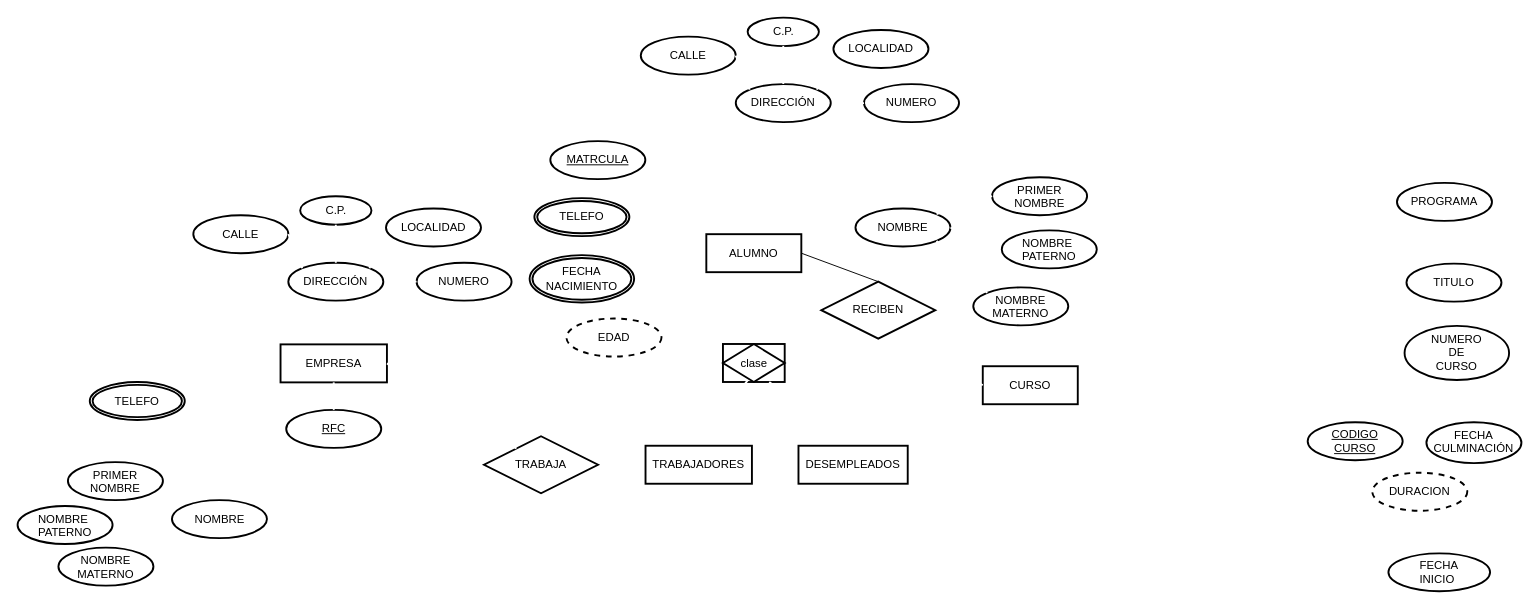
Ivorguzman/Curso_UNAM_fundamentos_BD keeps this draw.io diagram as 02_modelo_ER/Proyecto3/03_Ejercicio_Academia de clases.drawio. Above is the earlier version. Source tidied: cells renumbered, new cells numbered last; positions are measured from the earlier drawing's top-left corner, leaving out a move shared by most shapes. Both pictures are drawn from the tidied source at 95%, with x=0, y=0 at pixel (17, 17).
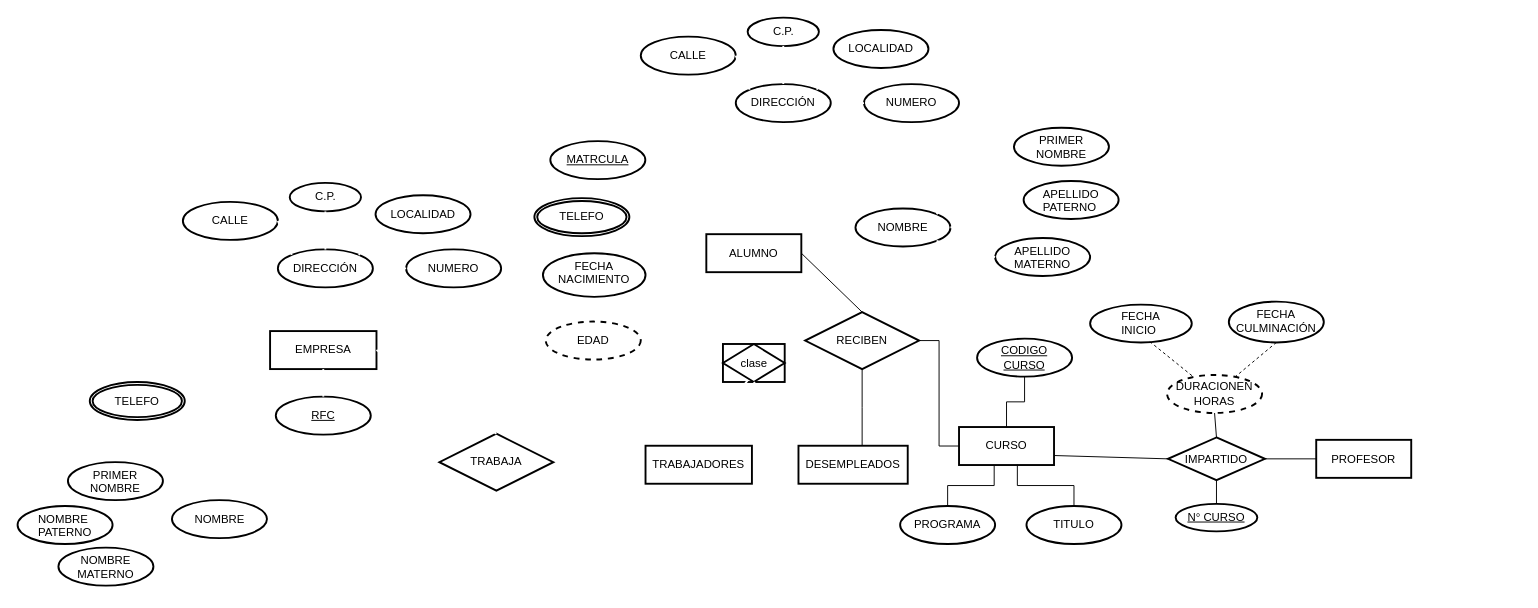
The same diagram, later.

The change refers to these unchanged cells:
```xml
<mxCell id="13" value="&lt;font color=&quot;#000000&quot;&gt;clase&lt;br&gt;&lt;/font&gt;" style="shape=associativeEntity;whiteSpace=wrap;html=1;align=center;strokeColor=#000000;strokeWidth=2;fillColor=#FFFFFF;" parent="1" vertex="1">
  <mxGeometry x="742.5" y="343.6" width="65" height="40" as="geometry" />
</mxCell>
<mxCell id="24" value="&lt;font color=&quot;#000000&quot;&gt;ALUMNO&lt;/font&gt;" style="whiteSpace=wrap;html=1;align=center;fillColor=#FFFFFF;strokeWidth=2;strokeColor=#000000;" parent="1" vertex="1">
  <mxGeometry x="725" y="228" width="100" height="40" as="geometry" />
</mxCell>
<mxCell id="41" value="&lt;font color=&quot;#000000&quot;&gt;DIRECCIÓN&lt;/font&gt;" style="ellipse;whiteSpace=wrap;html=1;align=center;strokeColor=#000000;strokeWidth=2;fillColor=#FFFFFF;" parent="38" vertex="1">
  <mxGeometry x="100" y="70" width="100" height="40" as="geometry" />
</mxCell>
<mxCell id="53" value="&lt;font color=&quot;#000000&quot;&gt;EMPRESA&lt;/font&gt;" style="whiteSpace=wrap;html=1;align=center;fillColor=#FFFFFF;strokeWidth=2;strokeColor=#000000;" parent="50" vertex="1">
  <mxGeometry x="91.8" y="156" width="112" height="40" as="geometry" />
</mxCell>
<mxCell id="79" value="&lt;font color=&quot;#000000&quot;&gt;DESEMPLEADOS&lt;/font&gt;" style="whiteSpace=wrap;html=1;align=center;fillColor=#FFFFFF;strokeWidth=2;strokeColor=#000000;" parent="1" vertex="1">
  <mxGeometry x="822" y="450.7" width="115" height="40" as="geometry" />
</mxCell>
```

Change to the diagram source:
```diff
@@
-    <mxCell id="3" style="edgeStyle=none;jettySize=auto;html=1;exitX=0.75;exitY=0;exitDx=0;exitDy=0;entryX=0.5;entryY=1;entryDx=0;entryDy=0;endArrow=none;fontSize=12;strokeWidth=2;fillColor=#FFFFFF;strokeColor=#FFFFFF;" parent="1" edge="1" source="24" target="41">
+    <mxCell id="3" style="edgeStyle=none;jettySize=auto;html=1;exitX=0.5;exitY=0;exitDx=0;exitDy=0;entryX=0.5;entryY=1;entryDx=0;entryDy=0;endArrow=none;fontSize=12;strokeWidth=2;fillColor=#FFFFFF;strokeColor=#FFFFFF;" parent="1" edge="1" source="24" target="41">
       <mxGeometry relative="1" as="geometry" />
     </mxCell>
@@
-    <mxCell id="12" style="edgeStyle=none;rounded=0;jettySize=auto;html=1;exitX=1;exitY=0.5;exitDx=0;exitDy=0;entryX=0;entryY=1;entryDx=0;entryDy=0;endArrow=none;endFill=0;strokeColor=#FFFFFF;strokeWidth=2;fontColor=#000000;" parent="1" edge="1" source="71" target="24">
+    <mxCell id="12" style="edgeStyle=none;rounded=0;jettySize=auto;html=1;entryX=0;entryY=1;entryDx=0;entryDy=0;endArrow=none;endFill=0;strokeColor=#FFFFFF;strokeWidth=2;fontColor=#000000;exitX=1;exitY=0.5;exitDx=0;exitDy=0;" parent="1" edge="1" source="71" target="24">
       <mxGeometry relative="1" as="geometry" />
     </mxCell>
@@
     <mxCell id="19" value="&lt;font color=&quot;#000000&quot;&gt;CURSO&lt;/font&gt;" style="whiteSpace=wrap;html=1;align=center;fillColor=#FFFFFF;strokeWidth=2;strokeColor=#000000;" parent="1" vertex="1">
-      <mxGeometry x="1016" y="367" width="100" height="40" as="geometry" />
+      <mxGeometry x="991" y="431" width="100" height="40" as="geometry" />
     </mxCell>
+    <mxCell id="80" style="edgeStyle=orthogonalEdgeStyle;rounded=0;jettySize=auto;html=1;exitX=0.5;exitY=0;exitDx=0;exitDy=0;endArrow=none;endFill=0;entryX=0.37;entryY=1.025;entryDx=0;entryDy=0;entryPerimeter=0;" parent="1" edge="1" source="20" target="19">
+      <mxGeometry relative="1" as="geometry" />
+    </mxCell>
     <mxCell id="20" value="&lt;div style=&quot;text-align: justify&quot;&gt;&lt;span style=&quot;color: rgb(0 , 0 , 0)&quot;&gt;PROGRAMA&lt;/span&gt;&lt;/div&gt;" style="ellipse;whiteSpace=wrap;html=1;align=center;strokeColor=#000000;strokeWidth=2;fillColor=#FFFFFF;verticalAlign=middle;" parent="1" vertex="1">
-      <mxGeometry x="1452" y="174" width="100" height="40" as="geometry" />
+      <mxGeometry x="929" y="514.2" width="100" height="40" as="geometry" />
     </mxCell>
+    <mxCell id="81" style="edgeStyle=orthogonalEdgeStyle;rounded=0;jettySize=auto;html=1;exitX=0.5;exitY=0;exitDx=0;exitDy=0;endArrow=none;endFill=0;entryX=0.614;entryY=0.991;entryDx=0;entryDy=0;entryPerimeter=0;" parent="1" edge="1" source="21" target="19">
+      <mxGeometry relative="1" as="geometry" />
+    </mxCell>
     <mxCell id="21" value="&lt;div style=&quot;text-align: justify&quot;&gt;&lt;span style=&quot;color: rgb(0 , 0 , 0)&quot;&gt;TITULO&lt;/span&gt;&lt;/div&gt;" style="ellipse;whiteSpace=wrap;html=1;align=center;strokeColor=#000000;strokeWidth=2;fillColor=#FFFFFF;verticalAlign=middle;" parent="1" vertex="1">
-      <mxGeometry x="1462" y="259" width="100" height="40" as="geometry" />
+      <mxGeometry x="1062" y="514.2" width="100" height="40" as="geometry" />
     </mxCell>
-    <mxCell id="22" value="&lt;div style=&quot;text-align: justify&quot;&gt;&lt;span style=&quot;color: rgb(0 , 0 , 0)&quot;&gt;FECHA&lt;/span&gt;&lt;/div&gt;&lt;div style=&quot;text-align: justify&quot;&gt;&lt;span style=&quot;color: rgb(0 , 0 , 0)&quot;&gt;INICIO&lt;/span&gt;&lt;/div&gt;" style="ellipse;whiteSpace=wrap;html=1;align=center;strokeColor=#000000;strokeWidth=2;fillColor=#FFFFFF;verticalAlign=middle;" parent="1" vertex="1">
-      <mxGeometry x="1443" y="564" width="107" height="39.8" as="geometry" />
-    </mxCell>
-    <mxCell id="23" value="&lt;div&gt;&lt;span style=&quot;color: rgb(0 , 0 , 0)&quot;&gt;NUMERO&lt;/span&gt;&lt;/div&gt;&lt;div&gt;&lt;span style=&quot;color: rgb(0 , 0 , 0)&quot;&gt;DE&lt;/span&gt;&lt;/div&gt;&lt;div&gt;&lt;span style=&quot;color: rgb(0 , 0 , 0)&quot;&gt;CURSO&lt;/span&gt;&lt;/div&gt;" style="ellipse;whiteSpace=wrap;html=1;align=center;strokeColor=#000000;strokeWidth=2;fillColor=#FFFFFF;verticalAlign=middle;" parent="1" vertex="1">
-      <mxGeometry x="1460" y="324.5" width="110" height="57" as="geometry" />
-    </mxCell>
+    <mxCell id="82" style="edgeStyle=none;rounded=0;jettySize=auto;html=1;exitX=0.5;exitY=0;exitDx=0;exitDy=0;entryX=0.5;entryY=1;entryDx=0;entryDy=0;endArrow=none;endFill=0;" parent="1" edge="1" source="90" target="88">
+      <mxGeometry relative="1" as="geometry" />
+    </mxCell>
@@
     <mxCell id="26" value="TRABAJA" style="shape=rhombus;perimeter=rhombusPerimeter;whiteSpace=wrap;html=1;align=center;strokeColor=#000000;strokeWidth=2;fillColor=#FFFFFF;fontColor=#000000;" parent="1" vertex="1">
-      <mxGeometry x="491" y="440.7" width="120" height="60" as="geometry" />
+      <mxGeometry x="444" y="438" width="120" height="60" as="geometry" />
     </mxCell>
+    <mxCell id="28" style="rounded=0;jettySize=auto;html=1;exitX=0.5;exitY=0;exitDx=0;exitDy=0;entryX=1;entryY=0.5;entryDx=0;entryDy=0;endArrow=none;endFill=0;" parent="1" edge="1" source="29" target="24">
+      <mxGeometry relative="1" as="geometry" />
+    </mxCell>
-    <mxCell id="27" style="edgeStyle=none;rounded=0;jettySize=auto;html=1;exitX=0.5;exitY=1;exitDx=0;exitDy=0;entryX=0;entryY=0.5;entryDx=0;entryDy=0;endArrow=none;endFill=0;strokeColor=#FFFFFF;strokeWidth=2;fontColor=#000000;" parent="1" edge="1" source="29" target="19">
+    <mxCell id="27" style="edgeStyle=elbowEdgeStyle;rounded=0;jettySize=auto;html=1;endArrow=none;endFill=0;entryX=0;entryY=0.5;entryDx=0;entryDy=0;" parent="1" edge="1" source="29" target="19">
       <mxGeometry relative="1" as="geometry" />
     </mxCell>
-    <mxCell id="28" style="rounded=0;jettySize=auto;html=1;exitX=0.5;exitY=0;exitDx=0;exitDy=0;entryX=1;entryY=0.5;entryDx=0;entryDy=0;endArrow=none;endFill=0;" parent="1" edge="1" source="29" target="24">
-      <mxGeometry relative="1" as="geometry" />
-    </mxCell>
+    <mxCell id="83" style="edgeStyle=elbowEdgeStyle;rounded=0;jettySize=auto;html=1;endArrow=none;endFill=0;exitX=0.5;exitY=1;exitDx=0;exitDy=0;" parent="1" edge="1" source="29" target="79">
+      <mxGeometry relative="1" as="geometry" />
+    </mxCell>
     <mxCell id="29" value="RECIBEN" style="shape=rhombus;perimeter=rhombusPerimeter;whiteSpace=wrap;html=1;align=center;strokeColor=#000000;strokeWidth=2;fillColor=#FFFFFF;fontColor=#000000;" parent="1" vertex="1">
-      <mxGeometry x="846" y="278" width="120" height="60" as="geometry" />
+      <mxGeometry x="829" y="310" width="120" height="60" as="geometry" />
     </mxCell>
-    <mxCell id="30" style="group;" parent="1" vertex="1">
-      <mxGeometry x="906" y="168" width="230" height="156" as="geometry" />
-    </mxCell>
-    <mxCell id="31" value="&lt;font color=&quot;#000000&quot;&gt;NOMBRE&lt;/font&gt;" style="ellipse;whiteSpace=wrap;html=1;align=center;strokeColor=#000000;strokeWidth=2;fillColor=#FFFFFF;" parent="30" vertex="1">
-      <mxGeometry x="-24" y="33" width="100" height="40" as="geometry" />
-    </mxCell>
-    <mxCell id="32" value="&lt;font color=&quot;#000000&quot;&gt;PRIMER&lt;br&gt;NOMBRE&lt;br&gt;&lt;/font&gt;" style="ellipse;whiteSpace=wrap;html=1;align=center;strokeColor=#000000;strokeWidth=2;fillColor=#FFFFFF;verticalAlign=top;" parent="30" vertex="1">
-      <mxGeometry x="119.8" width="100" height="40" as="geometry" />
-    </mxCell>
-    <mxCell id="33" style="jettySize=auto;html=1;exitX=1;exitY=0;exitDx=0;exitDy=0;entryX=0;entryY=0.5;entryDx=0;entryDy=0;endArrow=none;fontSize=12;strokeWidth=2;fillColor=#FFFFFF;strokeColor=#FFFFFF;dashed=1;" parent="30" edge="1" source="31" target="32">
-      <mxGeometry relative="1" as="geometry" />
-    </mxCell>
-    <mxCell id="34" value="&lt;div style=&quot;text-align: justify&quot;&gt;&lt;span style=&quot;color: rgb(0 , 0 , 0)&quot;&gt;NOMBRE&lt;/span&gt;&lt;/div&gt;&lt;font color=&quot;#000000&quot;&gt;&lt;div style=&quot;text-align: justify&quot;&gt;&lt;span&gt;PATERNO&lt;/span&gt;&lt;/div&gt;&lt;div style=&quot;text-align: justify&quot;&gt;&lt;br&gt;&lt;/div&gt;&lt;/font&gt;" style="ellipse;whiteSpace=wrap;html=1;align=center;strokeColor=#000000;strokeWidth=2;fillColor=#FFFFFF;verticalAlign=top;" parent="30" vertex="1">
-      <mxGeometry x="130" y="56" width="100" height="40" as="geometry" />
-    </mxCell>
-    <mxCell id="35" style="edgeStyle=none;jettySize=auto;html=1;exitX=1;exitY=0.5;exitDx=0;exitDy=0;entryX=0;entryY=0.5;entryDx=0;entryDy=0;endArrow=none;fontSize=12;strokeWidth=2;fillColor=#FFFFFF;strokeColor=#FFFFFF;dashed=1;" parent="30" edge="1" source="31" target="34">
-      <mxGeometry relative="1" as="geometry" />
-    </mxCell>
-    <mxCell id="36" value="&lt;font color=&quot;#000000&quot;&gt;NOMBRE&lt;br&gt;MATERNO&lt;br&gt;&lt;/font&gt;" style="ellipse;whiteSpace=wrap;html=1;align=center;strokeColor=#000000;strokeWidth=2;fillColor=#FFFFFF;verticalAlign=top;" parent="30" vertex="1">
-      <mxGeometry x="100" y="116" width="100" height="40" as="geometry" />
-    </mxCell>
-    <mxCell id="37" style="edgeStyle=none;jettySize=auto;html=1;exitX=0;exitY=0;exitDx=0;exitDy=0;entryX=1;entryY=1;entryDx=0;entryDy=0;endArrow=none;fontSize=12;strokeWidth=2;fillColor=#FFFFFF;strokeColor=#FFFFFF;dashed=1;" parent="30" edge="1" source="36" target="31">
-      <mxGeometry relative="1" as="geometry" />
-    </mxCell>
@@
     <mxCell id="50" style="group;" parent="1" vertex="1">
-      <mxGeometry x="185" y="188" width="335" height="265" as="geometry" />
+      <mxGeometry x="174" y="174" width="335" height="265" as="geometry" />
     </mxCell>
@@
-    <mxCell id="66" style="edgeStyle=none;rounded=0;jettySize=auto;html=1;exitX=1;exitY=0.5;exitDx=0;exitDy=0;endArrow=none;endFill=0;strokeColor=#FFFFFF;strokeWidth=2;fontColor=#000000;" parent="1" edge="1" source="53" target="26">
+    <mxCell id="66" style="edgeStyle=none;rounded=0;jettySize=auto;html=1;exitX=1;exitY=0.5;exitDx=0;exitDy=0;endArrow=none;endFill=0;strokeColor=#FFFFFF;strokeWidth=2;fontColor=#000000;entryX=0.5;entryY=0;entryDx=0;entryDy=0;" parent="1" edge="1" source="53" target="26">
       <mxGeometry relative="1" as="geometry" />
     </mxCell>
-    <mxCell id="67" style="group;" parent="1" vertex="1">
-      <mxGeometry x="539" y="130" width="138.8" height="226.8" as="geometry" />
-    </mxCell>
-    <mxCell id="68" value="&lt;font color=&quot;#000000&quot;&gt;TELEFO&lt;/font&gt;" style="ellipse;shape=doubleEllipse;margin=3;whiteSpace=wrap;html=1;align=center;strokeWidth=2;fillColor=#FFFFFF;strokeColor=#000000;" parent="67" vertex="1">
-      <mxGeometry x="5" y="60" width="100" height="40" as="geometry" />
-    </mxCell>
-    <mxCell id="69" value="EDAD" style="ellipse;whiteSpace=wrap;html=1;align=center;dashed=1;strokeColor=#000000;strokeWidth=2;fillColor=#FFFFFF;fontColor=#000000;" parent="67" vertex="1">
-      <mxGeometry x="38.8" y="186.8" width="100" height="40" as="geometry" />
-    </mxCell>
-    <mxCell id="70" value="MATRCULA" style="ellipse;whiteSpace=wrap;html=1;align=center;fontStyle=4;strokeColor=#000000;strokeWidth=2;fillColor=#FFFFFF;fontColor=#000000;" parent="67" vertex="1">
-      <mxGeometry x="21.8" width="100" height="40" as="geometry" />
-    </mxCell>
-    <mxCell id="71" value="&lt;font color=&quot;#000000&quot;&gt;FECHA&lt;br&gt;NACIMIENTO&lt;br&gt;&lt;/font&gt;" style="ellipse;shape=doubleEllipse;margin=3;whiteSpace=wrap;html=1;align=center;strokeWidth=2;fillColor=#FFFFFF;strokeColor=#000000;" parent="67" vertex="1">
-      <mxGeometry y="120" width="110" height="50" as="geometry" />
-    </mxCell>
-    <mxCell id="72" style="group;" parent="1" vertex="1">
-      <mxGeometry x="1358" y="426" width="225" height="93.1" as="geometry" />
-    </mxCell>
-    <mxCell id="73" value="CODIGO&lt;br&gt;CURSO" style="ellipse;whiteSpace=wrap;html=1;align=center;fontStyle=4;strokeColor=#000000;strokeWidth=2;fillColor=#FFFFFF;fontColor=#000000;" parent="72" vertex="1">
-      <mxGeometry width="100" height="40" as="geometry" />
-    </mxCell>
-    <mxCell id="74" value="&lt;div&gt;&lt;span style=&quot;color: rgb(0 , 0 , 0)&quot;&gt;FECHA&lt;/span&gt;&lt;/div&gt;&lt;div&gt;&lt;font color=&quot;#000000&quot;&gt;CULMINACIÓN&lt;/font&gt;&lt;/div&gt;" style="ellipse;whiteSpace=wrap;html=1;align=center;strokeColor=#000000;strokeWidth=2;fillColor=#FFFFFF;verticalAlign=top;" parent="72" vertex="1">
-      <mxGeometry x="125" width="100" height="43" as="geometry" />
-    </mxCell>
-    <mxCell id="75" value="DURACION" style="ellipse;whiteSpace=wrap;html=1;align=center;dashed=1;strokeColor=#000000;strokeWidth=2;fillColor=#FFFFFF;fontColor=#000000;" parent="72" vertex="1">
-      <mxGeometry x="68" y="53.1" width="100" height="40" as="geometry" />
-    </mxCell>
@@
-    <mxCell id="77" style="edgeStyle=none;rounded=0;jettySize=auto;html=1;exitX=0.5;exitY=0;exitDx=0;exitDy=0;endArrow=none;endFill=0;strokeColor=#FFFFFF;strokeWidth=2;fontColor=#000000;entryX=0.75;entryY=1;entryDx=0;entryDy=0;" parent="1" edge="1" source="79" target="13">
+    <mxCell id="77" style="edgeStyle=none;rounded=0;jettySize=auto;html=1;exitX=0;exitY=0;exitDx=0;exitDy=0;endArrow=none;endFill=0;strokeColor=#FFFFFF;strokeWidth=2;fontColor=#000000;entryX=0.5;entryY=1;entryDx=0;entryDy=0;" parent="1" edge="1" source="79" target="13">
       <mxGeometry relative="1" as="geometry" />
     </mxCell>
@@
+    <mxCell id="68" value="&lt;font color=&quot;#000000&quot;&gt;TELEFO&lt;/font&gt;" style="ellipse;shape=doubleEllipse;margin=3;whiteSpace=wrap;html=1;align=center;strokeWidth=2;fillColor=#FFFFFF;strokeColor=#000000;" parent="1" vertex="1">
+      <mxGeometry x="544" y="190" width="100" height="40" as="geometry" />
+    </mxCell>
+    <mxCell id="69" value="EDAD" style="ellipse;whiteSpace=wrap;html=1;align=center;dashed=1;strokeColor=#000000;strokeWidth=2;fillColor=#FFFFFF;fontColor=#000000;" parent="1" vertex="1">
+      <mxGeometry x="556" y="320" width="100" height="40" as="geometry" />
+    </mxCell>
+    <mxCell id="70" value="MATRCULA" style="ellipse;whiteSpace=wrap;html=1;align=center;fontStyle=4;strokeColor=#000000;strokeWidth=2;fillColor=#FFFFFF;fontColor=#000000;" parent="1" vertex="1">
+      <mxGeometry x="560.8" y="130" width="100" height="40" as="geometry" />
+    </mxCell>
+    <mxCell id="31" value="&lt;font color=&quot;#000000&quot;&gt;NOMBRE&lt;/font&gt;" style="ellipse;whiteSpace=wrap;html=1;align=center;strokeColor=#000000;strokeWidth=2;fillColor=#FFFFFF;" parent="1" vertex="1">
+      <mxGeometry x="882" y="201" width="100" height="40" as="geometry" />
+    </mxCell>
+    <mxCell id="32" value="&lt;font color=&quot;#000000&quot;&gt;PRIMER&lt;br&gt;NOMBRE&lt;br&gt;&lt;/font&gt;" style="ellipse;whiteSpace=wrap;html=1;align=center;strokeColor=#000000;strokeWidth=2;fillColor=#FFFFFF;verticalAlign=top;" parent="1" vertex="1">
+      <mxGeometry x="1048.8" y="116" width="100" height="40" as="geometry" />
+    </mxCell>
+    <mxCell id="33" style="jettySize=auto;html=1;exitX=1;exitY=0;exitDx=0;exitDy=0;entryX=0;entryY=0.5;entryDx=0;entryDy=0;endArrow=none;fontSize=12;strokeWidth=2;fillColor=#FFFFFF;strokeColor=#FFFFFF;dashed=1;" parent="1" edge="1" source="31" target="32">
+      <mxGeometry x="645" y="203" as="geometry" />
+    </mxCell>
+    <mxCell id="34" value="&lt;div style=&quot;text-align: justify&quot;&gt;&lt;span style=&quot;color: rgb(0 , 0 , 0)&quot;&gt;APELLIDO&lt;/span&gt;&lt;/div&gt;&lt;font color=&quot;#000000&quot;&gt;&lt;div style=&quot;text-align: justify&quot;&gt;&lt;span&gt;PATERNO&lt;/span&gt;&lt;/div&gt;&lt;div style=&quot;text-align: justify&quot;&gt;&lt;br&gt;&lt;/div&gt;&lt;/font&gt;" style="ellipse;whiteSpace=wrap;html=1;align=center;strokeColor=#000000;strokeWidth=2;fillColor=#FFFFFF;verticalAlign=top;" parent="1" vertex="1">
+      <mxGeometry x="1059" y="172" width="100" height="40" as="geometry" />
+    </mxCell>
+    <mxCell id="35" style="edgeStyle=none;jettySize=auto;html=1;exitX=1;exitY=0.5;exitDx=0;exitDy=0;entryX=0;entryY=0.5;entryDx=0;entryDy=0;endArrow=none;fontSize=12;strokeWidth=2;fillColor=#FFFFFF;strokeColor=#FFFFFF;dashed=1;" parent="1" edge="1" source="31" target="34">
+      <mxGeometry x="645" y="203" as="geometry" />
+    </mxCell>
+    <mxCell id="36" value="&lt;font color=&quot;#000000&quot;&gt;APELLIDO&lt;br&gt;MATERNO&lt;br&gt;&lt;/font&gt;" style="ellipse;whiteSpace=wrap;html=1;align=center;strokeColor=#000000;strokeWidth=2;fillColor=#FFFFFF;verticalAlign=top;" parent="1" vertex="1">
+      <mxGeometry x="1029" y="232" width="100" height="40" as="geometry" />
+    </mxCell>
+    <mxCell id="37" style="edgeStyle=none;jettySize=auto;html=1;exitX=0;exitY=0.5;exitDx=0;exitDy=0;entryX=1;entryY=1;entryDx=0;entryDy=0;endArrow=none;fontSize=12;strokeWidth=2;fillColor=#FFFFFF;strokeColor=#FFFFFF;dashed=1;" parent="1" edge="1" source="36" target="31">
+      <mxGeometry x="645" y="203" as="geometry" />
+    </mxCell>
+    <mxCell id="71" value="&lt;font color=&quot;#000000&quot;&gt;FECHA NACIMIENTO&lt;br&gt;&lt;/font&gt;" style="ellipse;whiteSpace=wrap;html=1;align=center;strokeColor=#000000;strokeWidth=2;fillColor=#FFFFFF;verticalAlign=top;" parent="1" vertex="1">
+      <mxGeometry x="553" y="248" width="108" height="46" as="geometry" />
+    </mxCell>
+    <mxCell id="84" style="edgeStyle=orthogonalEdgeStyle;rounded=0;jettySize=auto;html=1;exitX=0.5;exitY=1;exitDx=0;exitDy=0;entryX=0.5;entryY=0;entryDx=0;entryDy=0;endArrow=none;endFill=0;" parent="1" edge="1" source="73" target="19">
+      <mxGeometry relative="1" as="geometry" />
+    </mxCell>
+    <mxCell id="73" value="CODIGO&lt;br&gt;CURSO" style="ellipse;whiteSpace=wrap;html=1;align=center;fontStyle=4;strokeColor=#000000;strokeWidth=2;fillColor=#FFFFFF;fontColor=#000000;" parent="1" vertex="1">
+      <mxGeometry x="1010" y="338" width="100" height="40" as="geometry" />
+    </mxCell>
+    <mxCell id="85" style="rounded=0;jettySize=auto;html=1;exitX=0;exitY=0.5;exitDx=0;exitDy=0;entryX=1;entryY=0.75;entryDx=0;entryDy=0;endArrow=none;endFill=0;" parent="1" edge="1" source="88" target="19">
+      <mxGeometry relative="1" as="geometry" />
+    </mxCell>
+    <mxCell id="86" style="rounded=0;jettySize=auto;html=1;exitX=1;exitY=0.5;exitDx=0;exitDy=0;entryX=0;entryY=0.5;entryDx=0;entryDy=0;endArrow=none;endFill=0;" parent="1" edge="1" source="88" target="89">
+      <mxGeometry relative="1" as="geometry" />
+    </mxCell>
+    <mxCell id="87" style="edgeStyle=none;rounded=0;jettySize=auto;html=1;exitX=0.5;exitY=0;exitDx=0;exitDy=0;entryX=0.5;entryY=1;entryDx=0;entryDy=0;endArrow=none;endFill=0;" parent="1" edge="1" source="88" target="75">
+      <mxGeometry relative="1" as="geometry" />
+    </mxCell>
+    <mxCell id="88" value="IMPARTIDO" style="shape=rhombus;perimeter=rhombusPerimeter;whiteSpace=wrap;html=1;align=center;strokeColor=#000000;strokeWidth=2;fillColor=#FFFFFF;fontColor=#000000;" parent="1" vertex="1">
+      <mxGeometry x="1211" y="442" width="102" height="45" as="geometry" />
+    </mxCell>
+    <mxCell id="89" value="&lt;font color=&quot;#000000&quot;&gt;PROFESOR&lt;/font&gt;" style="whiteSpace=wrap;html=1;align=center;fillColor=#FFFFFF;strokeWidth=2;strokeColor=#000000;" parent="1" vertex="1">
+      <mxGeometry x="1367" y="444.5" width="100" height="40" as="geometry" />
+    </mxCell>
+    <mxCell id="90" value="&lt;font color=&quot;#000000&quot;&gt;N° CURSO&lt;/font&gt;" style="ellipse;whiteSpace=wrap;html=1;align=center;fontStyle=4;fillColor=#FFFFFF;strokeColor=#000000;strokeWidth=2;" parent="1" vertex="1">
+      <mxGeometry x="1219" y="511.9" width="86" height="28.9" as="geometry" />
+    </mxCell>
+    <mxCell id="91" style="group;" parent="1" vertex="1">
+      <mxGeometry x="1129" y="299" width="246" height="117.2" as="geometry" />
+    </mxCell>
+    <mxCell id="22" value="&lt;div style=&quot;text-align: justify&quot;&gt;&lt;span style=&quot;color: rgb(0 , 0 , 0)&quot;&gt;FECHA&lt;/span&gt;&lt;/div&gt;&lt;div style=&quot;text-align: justify&quot;&gt;&lt;span style=&quot;color: rgb(0 , 0 , 0)&quot;&gt;INICIO&lt;/span&gt;&lt;/div&gt;" style="ellipse;whiteSpace=wrap;html=1;align=center;strokeColor=#000000;strokeWidth=2;fillColor=#FFFFFF;verticalAlign=middle;rotation=0;" parent="91" vertex="1">
+      <mxGeometry y="3.2" width="107" height="39.8" as="geometry" />
+    </mxCell>
+    <mxCell id="74" value="&lt;div&gt;&lt;span style=&quot;color: rgb(0 , 0 , 0)&quot;&gt;FECHA&lt;/span&gt;&lt;/div&gt;&lt;div&gt;&lt;font color=&quot;#000000&quot;&gt;CULMINACIÓN&lt;/font&gt;&lt;/div&gt;" style="ellipse;whiteSpace=wrap;html=1;align=center;strokeColor=#000000;strokeWidth=2;fillColor=#FFFFFF;verticalAlign=top;rotation=0;" parent="91" vertex="1">
+      <mxGeometry x="146" width="100" height="43" as="geometry" />
+    </mxCell>
+    <mxCell id="75" value="DURACIONEN HORAS" style="ellipse;whiteSpace=wrap;html=1;align=center;dashed=1;strokeColor=#000000;strokeWidth=2;fillColor=#FFFFFF;fontColor=#000000;rotation=0;" parent="91" vertex="1">
+      <mxGeometry x="81" y="77.2" width="100" height="40" as="geometry" />
+    </mxCell>
+    <mxCell id="92" style="rounded=0;jettySize=auto;html=1;exitX=0.587;exitY=0.978;exitDx=0;exitDy=0;endArrow=none;endFill=0;dashed=1;exitPerimeter=0;" parent="91" edge="1" source="22" target="75">
+      <mxGeometry x="97" y="-92.1" as="geometry" />
+    </mxCell>
+    <mxCell id="93" style="rounded=0;jettySize=auto;html=1;endArrow=none;endFill=0;dashed=1;exitX=0.5;exitY=1;exitDx=0;exitDy=0;" parent="91" edge="1" source="74" target="75">
+      <mxGeometry x="92" y="-45.1" as="geometry" />
+    </mxCell>
```
